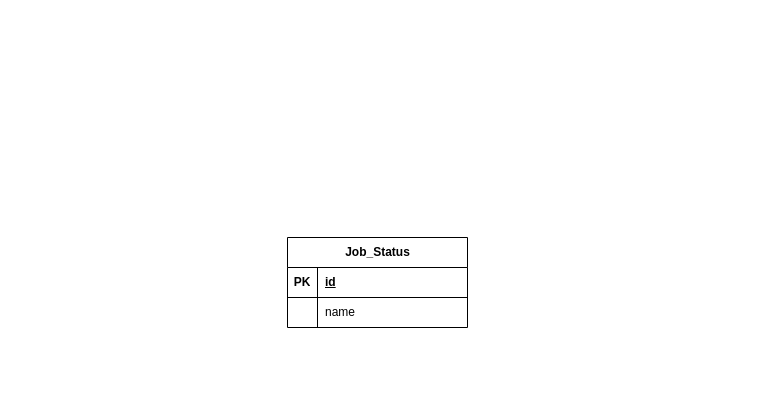
aecordoba/DynamicTransactionsProcessingSystem keeps this draw.io diagram as System/Database/DTPS - DER.drawio. Above is the earlier version. Source tidied: cells renumbered, new cells numbered last; positions are measured from the earlier drawing's top-left corner, leaving out a move shared by most shapes. Both pictures are drawn from the tidied source at 100%, with x=0, y=0 at pixel (287, 237).
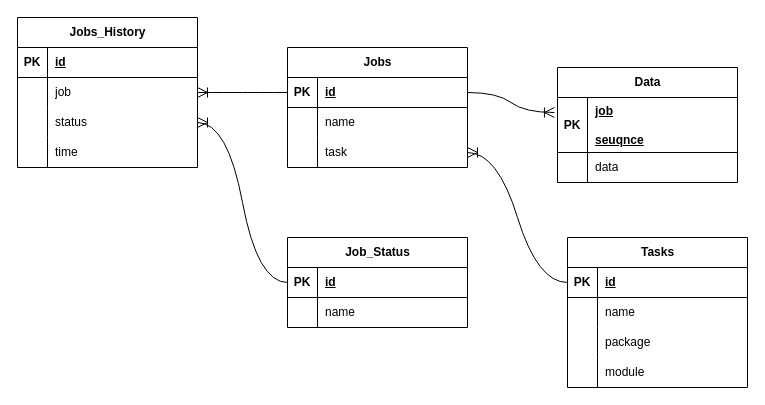
After the change.

Commit message (it also covers changes not shown here):
Jobs added to database.

The change refers to these unchanged cells:
```xml
<mxCell id="3" style="shape=tableRow;horizontal=0;startSize=0;swimlaneHead=0;swimlaneBody=0;fillColor=none;points=[[0,0.5],[1,0.5]];portConstraint=eastwest;top=0;left=0;right=0;bottom=1;" parent="2" vertex="1">
  <mxGeometry y="30" width="180" height="30" as="geometry" />
</mxCell>
```

Diff of the diagram source:
```diff
@@
+    <mxCell id="9" value="Tasks" style="shape=table;startSize=30;childLayout=tableLayout;rowLines=0;fontStyle=1;align=center;html=1;" parent="1" vertex="1">
+      <mxGeometry x="280" width="180" height="150" as="geometry" />
+    </mxCell>
+    <mxCell id="10" style="shape=tableRow;horizontal=0;startSize=0;swimlaneHead=0;swimlaneBody=0;fillColor=none;points=[[0,0.5],[1,0.5]];portConstraint=eastwest;top=0;left=0;right=0;bottom=1;" parent="9" vertex="1">
+      <mxGeometry y="30" width="180" height="30" as="geometry" />
+    </mxCell>
+    <mxCell id="11" value="PK" style="shape=partialRectangle;fillColor=none;top=0;left=0;bottom=0;right=0;fontStyle=1;overflow=hidden;whiteSpace=wrap;html=1;" parent="10" vertex="1">
+      <mxGeometry width="30" height="30" as="geometry" />
+    </mxCell>
+    <mxCell id="12" value="id" style="shape=partialRectangle;fillColor=none;top=0;left=0;bottom=0;right=0;align=left;spacingLeft=6;fontStyle=5;overflow=hidden;whiteSpace=wrap;html=1;" parent="10" vertex="1">
+      <mxGeometry x="30" width="150" height="30" as="geometry" />
+    </mxCell>
+    <mxCell id="13" style="shape=tableRow;horizontal=0;startSize=0;swimlaneHead=0;swimlaneBody=0;fillColor=none;top=0;left=0;right=0;bottom=0;" parent="9" vertex="1">
+      <mxGeometry y="60" width="180" height="30" as="geometry" />
+    </mxCell>
+    <mxCell id="14" style="shape=partialRectangle;fillColor=none;top=0;left=0;bottom=0;right=0;overflow=hidden;whiteSpace=wrap;html=1;" parent="13" vertex="1">
+      <mxGeometry width="30" height="30" as="geometry" />
+    </mxCell>
+    <mxCell id="15" value="name" style="shape=partialRectangle;fillColor=none;top=0;left=0;bottom=0;right=0;align=left;spacingLeft=6;overflow=hidden;whiteSpace=wrap;html=1;" parent="13" vertex="1">
+      <mxGeometry x="30" width="150" height="30" as="geometry" />
+    </mxCell>
+    <mxCell id="16" style="shape=tableRow;horizontal=0;startSize=0;swimlaneHead=0;swimlaneBody=0;fillColor=none;top=0;left=0;right=0;bottom=0;" parent="9" vertex="1">
+      <mxGeometry y="90" width="180" height="30" as="geometry" />
+    </mxCell>
+    <mxCell id="17" style="shape=partialRectangle;fillColor=none;top=0;left=0;bottom=0;right=0;overflow=hidden;whiteSpace=wrap;html=1;" parent="16" vertex="1">
+      <mxGeometry width="30" height="30" as="geometry" />
+    </mxCell>
+    <mxCell id="18" value="package" style="shape=partialRectangle;fillColor=none;top=0;left=0;bottom=0;right=0;align=left;spacingLeft=6;overflow=hidden;whiteSpace=wrap;html=1;" parent="16" vertex="1">
+      <mxGeometry x="30" width="150" height="30" as="geometry" />
+    </mxCell>
+    <mxCell id="19" style="shape=tableRow;horizontal=0;startSize=0;swimlaneHead=0;swimlaneBody=0;fillColor=none;top=0;left=0;right=0;bottom=0;" parent="9" vertex="1">
+      <mxGeometry y="120" width="180" height="30" as="geometry" />
+    </mxCell>
+    <mxCell id="20" style="shape=partialRectangle;fillColor=none;top=0;left=0;bottom=0;right=0;overflow=hidden;whiteSpace=wrap;html=1;" parent="19" vertex="1">
+      <mxGeometry width="30" height="30" as="geometry" />
+    </mxCell>
+    <mxCell id="21" value="module" style="shape=partialRectangle;fillColor=none;top=0;left=0;bottom=0;right=0;align=left;spacingLeft=6;overflow=hidden;whiteSpace=wrap;html=1;" parent="19" vertex="1">
+      <mxGeometry x="30" width="150" height="30" as="geometry" />
+    </mxCell>
+    <mxCell id="22" value="Data" style="shape=table;startSize=30;childLayout=tableLayout;rowLines=0;fontStyle=1;align=center;html=1;" parent="1" vertex="1">
+      <mxGeometry x="270" y="-170" width="180" height="115" as="geometry" />
+    </mxCell>
+    <mxCell id="23" style="shape=tableRow;horizontal=0;startSize=0;swimlaneHead=0;swimlaneBody=0;fillColor=none;points=[[0,0.5],[1,0.5]];portConstraint=eastwest;top=0;left=0;right=0;bottom=1;" parent="22" vertex="1">
+      <mxGeometry y="30" width="180" height="55" as="geometry" />
+    </mxCell>
+    <mxCell id="24" value="PK" style="shape=partialRectangle;fillColor=none;top=0;left=0;bottom=0;right=0;fontStyle=1;overflow=hidden;whiteSpace=wrap;html=1;" parent="23" vertex="1">
+      <mxGeometry width="30" height="55" as="geometry" />
+    </mxCell>
+    <mxCell id="25" value="&lt;div&gt;job&lt;/div&gt;&lt;div&gt;&lt;br&gt;&lt;/div&gt;&lt;div&gt;seuqnce&lt;br&gt;&lt;/div&gt;" style="shape=partialRectangle;fillColor=none;top=0;left=0;bottom=0;right=0;align=left;spacingLeft=6;fontStyle=5;overflow=hidden;whiteSpace=wrap;html=1;" parent="23" vertex="1">
+      <mxGeometry x="30" width="150" height="55" as="geometry" />
+    </mxCell>
+    <mxCell id="26" style="shape=tableRow;horizontal=0;startSize=0;swimlaneHead=0;swimlaneBody=0;fillColor=none;top=0;left=0;right=0;bottom=0;" parent="22" vertex="1">
+      <mxGeometry y="85" width="180" height="30" as="geometry" />
+    </mxCell>
+    <mxCell id="27" style="shape=partialRectangle;fillColor=none;top=0;left=0;bottom=0;right=0;overflow=hidden;whiteSpace=wrap;html=1;" parent="26" vertex="1">
+      <mxGeometry width="30" height="30" as="geometry" />
+    </mxCell>
+    <mxCell id="28" value="data" style="shape=partialRectangle;fillColor=none;top=0;left=0;bottom=0;right=0;align=left;spacingLeft=6;overflow=hidden;whiteSpace=wrap;html=1;" parent="26" vertex="1">
+      <mxGeometry x="30" width="150" height="30" as="geometry" />
+    </mxCell>
+    <mxCell id="29" style="edgeStyle=entityRelationEdgeStyle;fontSize=12;html=1;endArrow=ERoneToMany;rounded=0;startSize=8;endSize=8;curved=1;exitX=0;exitY=0.5;exitDx=0;exitDy=0;entryX=1;entryY=0.5;entryDx=0;entryDy=0;" parent="1" edge="1" source="3" target="39">
+      <mxGeometry relative="1" as="geometry" />
+    </mxCell>
+    <mxCell id="30" style="edgeStyle=entityRelationEdgeStyle;fontSize=12;html=1;endArrow=ERoneToMany;rounded=0;startSize=8;endSize=8;curved=1;exitX=1;exitY=0.5;exitDx=0;exitDy=0;entryX=-0.017;entryY=0.273;entryDx=0;entryDy=0;entryPerimeter=0;" parent="1" edge="1" source="47" target="23">
+      <mxGeometry relative="1" as="geometry" />
+    </mxCell>
+    <mxCell id="31" style="edgeStyle=entityRelationEdgeStyle;fontSize=12;html=1;endArrow=ERoneToMany;rounded=0;startSize=8;endSize=8;curved=1;entryX=1;entryY=0.5;entryDx=0;entryDy=0;exitX=0;exitY=0.5;exitDx=0;exitDy=0;" parent="1" edge="1" source="10" target="53">
+      <mxGeometry relative="1" as="geometry" />
+    </mxCell>
+    <mxCell id="32" value="Jobs_History" style="shape=table;startSize=30;childLayout=tableLayout;rowLines=0;fontStyle=1;align=center;html=1;" parent="1" vertex="1">
+      <mxGeometry x="-270" y="-220" width="180" height="150" as="geometry" />
+    </mxCell>
+    <mxCell id="33" style="shape=tableRow;horizontal=0;startSize=0;swimlaneHead=0;swimlaneBody=0;fillColor=none;top=0;left=0;right=0;bottom=1;" parent="32" vertex="1">
+      <mxGeometry y="30" width="180" height="30" as="geometry" />
+    </mxCell>
+    <mxCell id="34" value="PK" style="shape=partialRectangle;fillColor=none;top=0;left=0;bottom=0;right=0;fontStyle=1;overflow=hidden;whiteSpace=wrap;html=1;" parent="33" vertex="1">
+      <mxGeometry width="30" height="30" as="geometry" />
+    </mxCell>
+    <mxCell id="35" value="id" style="shape=partialRectangle;fillColor=none;top=0;left=0;bottom=0;right=0;align=left;spacingLeft=6;fontStyle=5;overflow=hidden;whiteSpace=wrap;html=1;" parent="33" vertex="1">
+      <mxGeometry x="30" width="150" height="30" as="geometry" />
+    </mxCell>
+    <mxCell id="36" style="shape=tableRow;horizontal=0;startSize=0;swimlaneHead=0;swimlaneBody=0;fillColor=none;top=0;left=0;right=0;bottom=0;" parent="32" vertex="1">
+      <mxGeometry y="60" width="180" height="30" as="geometry" />
+    </mxCell>
+    <mxCell id="37" style="shape=partialRectangle;fillColor=none;top=0;left=0;bottom=0;right=0;overflow=hidden;whiteSpace=wrap;html=1;" parent="36" vertex="1">
+      <mxGeometry width="30" height="30" as="geometry" />
+    </mxCell>
+    <mxCell id="38" value="job" style="shape=partialRectangle;fillColor=none;top=0;left=0;bottom=0;right=0;align=left;spacingLeft=6;overflow=hidden;whiteSpace=wrap;html=1;" parent="36" vertex="1">
+      <mxGeometry x="30" width="150" height="30" as="geometry" />
+    </mxCell>
+    <mxCell id="39" style="shape=tableRow;horizontal=0;startSize=0;swimlaneHead=0;swimlaneBody=0;fillColor=none;points=[[0,0.5],[1,0.5]];portConstraint=eastwest;top=0;left=0;right=0;bottom=0;" parent="32" vertex="1">
+      <mxGeometry y="90" width="180" height="30" as="geometry" />
+    </mxCell>
+    <mxCell id="40" style="shape=partialRectangle;fillColor=none;top=0;left=0;bottom=0;right=0;overflow=hidden;whiteSpace=wrap;html=1;" parent="39" vertex="1">
+      <mxGeometry width="30" height="30" as="geometry" />
+    </mxCell>
+    <mxCell id="41" value="status" style="shape=partialRectangle;fillColor=none;top=0;left=0;bottom=0;right=0;align=left;spacingLeft=6;overflow=hidden;whiteSpace=wrap;html=1;" parent="39" vertex="1">
+      <mxGeometry x="30" width="150" height="30" as="geometry" />
+    </mxCell>
+    <mxCell id="42" style="shape=tableRow;horizontal=0;startSize=0;swimlaneHead=0;swimlaneBody=0;fillColor=none;top=0;left=0;right=0;bottom=0;" parent="32" vertex="1">
+      <mxGeometry y="120" width="180" height="30" as="geometry" />
+    </mxCell>
+    <mxCell id="43" style="shape=partialRectangle;fillColor=none;top=0;left=0;bottom=0;right=0;overflow=hidden;whiteSpace=wrap;html=1;" parent="42" vertex="1">
+      <mxGeometry width="30" height="30" as="geometry" />
+    </mxCell>
+    <mxCell id="44" value="time" style="shape=partialRectangle;fillColor=none;top=0;left=0;bottom=0;right=0;align=left;spacingLeft=6;overflow=hidden;whiteSpace=wrap;html=1;" parent="42" vertex="1">
+      <mxGeometry x="30" width="150" height="30" as="geometry" />
+    </mxCell>
+    <mxCell id="45" style="edgeStyle=entityRelationEdgeStyle;fontSize=12;html=1;endArrow=ERoneToMany;rounded=0;startSize=8;endSize=8;curved=1;entryX=1;entryY=0.5;entryDx=0;entryDy=0;exitX=0;exitY=0.5;exitDx=0;exitDy=0;" parent="1" edge="1" source="47" target="32">
+      <mxGeometry relative="1" as="geometry">
+        <Array as="points">
+          <mxPoint x="-210" y="40" />
+        </Array>
+      </mxGeometry>
+    </mxCell>
+    <mxCell id="46" value="&lt;div&gt;Jobs&lt;br&gt;&lt;/div&gt;" style="shape=table;startSize=30;childLayout=tableLayout;rowLines=0;fontStyle=1;align=center;html=1;" parent="1" vertex="1">
+      <mxGeometry y="-190" width="180" height="120" as="geometry" />
+    </mxCell>
+    <mxCell id="47" style="shape=tableRow;horizontal=0;startSize=0;swimlaneHead=0;swimlaneBody=0;fillColor=none;points=[[0,0.5],[1,0.5]];portConstraint=eastwest;top=0;left=0;right=0;bottom=1;" parent="46" vertex="1">
+      <mxGeometry y="30" width="180" height="30" as="geometry" />
+    </mxCell>
+    <mxCell id="48" value="PK" style="shape=partialRectangle;fillColor=none;top=0;left=0;bottom=0;right=0;fontStyle=1;overflow=hidden;whiteSpace=wrap;html=1;" parent="47" vertex="1">
+      <mxGeometry width="30" height="30" as="geometry" />
+    </mxCell>
+    <mxCell id="49" value="id" style="shape=partialRectangle;fillColor=none;top=0;left=0;bottom=0;right=0;align=left;spacingLeft=6;fontStyle=5;overflow=hidden;whiteSpace=wrap;html=1;" parent="47" vertex="1">
+      <mxGeometry x="30" width="150" height="30" as="geometry" />
+    </mxCell>
+    <mxCell id="50" style="shape=tableRow;horizontal=0;startSize=0;swimlaneHead=0;swimlaneBody=0;fillColor=none;top=0;left=0;right=0;bottom=0;" parent="46" vertex="1">
+      <mxGeometry y="60" width="180" height="30" as="geometry" />
+    </mxCell>
+    <mxCell id="51" style="shape=partialRectangle;fillColor=none;top=0;left=0;bottom=0;right=0;overflow=hidden;whiteSpace=wrap;html=1;" parent="50" vertex="1">
+      <mxGeometry width="30" height="30" as="geometry" />
+    </mxCell>
+    <mxCell id="52" value="name" style="shape=partialRectangle;fillColor=none;top=0;left=0;bottom=0;right=0;align=left;spacingLeft=6;overflow=hidden;whiteSpace=wrap;html=1;" parent="50" vertex="1">
+      <mxGeometry x="30" width="150" height="30" as="geometry" />
+    </mxCell>
+    <mxCell id="53" style="shape=tableRow;horizontal=0;startSize=0;swimlaneHead=0;swimlaneBody=0;fillColor=none;points=[[0,0.5],[1,0.5]];portConstraint=eastwest;top=0;left=0;right=0;bottom=0;" parent="46" vertex="1">
+      <mxGeometry y="90" width="180" height="30" as="geometry" />
+    </mxCell>
+    <mxCell id="54" style="shape=partialRectangle;fillColor=none;top=0;left=0;bottom=0;right=0;overflow=hidden;whiteSpace=wrap;html=1;" parent="53" vertex="1">
+      <mxGeometry width="30" height="30" as="geometry" />
+    </mxCell>
+    <mxCell id="55" value="task" style="shape=partialRectangle;fillColor=none;top=0;left=0;bottom=0;right=0;align=left;spacingLeft=6;overflow=hidden;whiteSpace=wrap;html=1;" parent="53" vertex="1">
+      <mxGeometry x="30" width="150" height="30" as="geometry" />
+    </mxCell>
```
